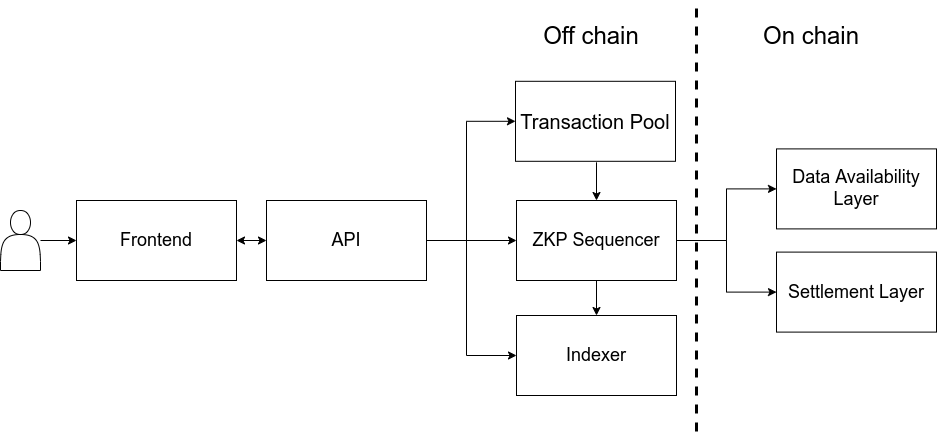
Earlier version of the draw.io export architecture.png (frisitano/mina-swap). Source tidied: cells renumbered, new cells last; positions are measured from the earlier drawing's top-left corner, leaving out a move shared by most shapes. Source of this version:
```xml
<mxGraphModel>
  <root>
    <mxCell id="0" />
    <mxCell id="1" parent="0" />
    <mxCell id="2" style="edgeStyle=orthogonalEdgeStyle;rounded=0;jettySize=auto;html=1;" parent="1" edge="1" target="10">
      <mxGeometry relative="1" as="geometry">
        <mxPoint x="596" y="160.8" as="sourcePoint" />
      </mxGeometry>
    </mxCell>
    <mxCell id="3" style="edgeStyle=orthogonalEdgeStyle;rounded=0;jettySize=auto;html=1;entryX=0;entryY=0.5;entryDx=0;entryDy=0;" parent="1" edge="1" source="6" target="10">
      <mxGeometry relative="1" as="geometry" />
    </mxCell>
    <mxCell id="4" style="edgeStyle=orthogonalEdgeStyle;rounded=0;jettySize=auto;html=1;entryX=0;entryY=0.5;entryDx=0;entryDy=0;" parent="1" edge="1" source="6" target="16">
      <mxGeometry relative="1" as="geometry">
        <Array as="points">
          <mxPoint x="466" y="239" />
          <mxPoint x="466" y="354" />
        </Array>
      </mxGeometry>
    </mxCell>
    <mxCell id="5" style="edgeStyle=orthogonalEdgeStyle;rounded=0;jettySize=auto;html=1;entryX=0;entryY=0.5;entryDx=0;entryDy=0;" parent="1" edge="1" source="6" target="18">
      <mxGeometry relative="1" as="geometry">
        <Array as="points">
          <mxPoint x="466" y="239" />
          <mxPoint x="466" y="120" />
        </Array>
      </mxGeometry>
    </mxCell>
    <mxCell id="6" value="&lt;font style=&quot;font-size: 18px&quot;&gt;API&lt;/font&gt;" style="rounded=0;whiteSpace=wrap;html=1;fillColor=default;" parent="1" vertex="1">
      <mxGeometry x="266" y="199" width="160" height="80" as="geometry" />
    </mxCell>
    <mxCell id="7" style="edgeStyle=orthogonalEdgeStyle;rounded=0;jettySize=auto;html=1;entryX=0;entryY=0.5;entryDx=0;entryDy=0;fontSize=20;exitX=1;exitY=0.5;exitDx=0;exitDy=0;" parent="1" edge="1" source="10" target="14">
      <mxGeometry relative="1" as="geometry" />
    </mxCell>
    <mxCell id="8" style="edgeStyle=orthogonalEdgeStyle;rounded=0;jettySize=auto;html=1;" parent="1" edge="1" source="10" target="16">
      <mxGeometry relative="1" as="geometry" />
    </mxCell>
    <mxCell id="9" style="edgeStyle=orthogonalEdgeStyle;rounded=0;jettySize=auto;html=1;entryX=0;entryY=0.5;entryDx=0;entryDy=0;exitX=1;exitY=0.5;exitDx=0;exitDy=0;" parent="1" edge="1" source="10" target="17">
      <mxGeometry relative="1" as="geometry" />
    </mxCell>
    <mxCell id="10" value="&lt;font style=&quot;font-size: 18px&quot;&gt;ZKP Sequencer&lt;/font&gt;" style="rounded=0;whiteSpace=wrap;html=1;" parent="1" vertex="1">
      <mxGeometry x="516" y="199" width="160" height="80" as="geometry" />
    </mxCell>
    <mxCell id="11" style="edgeStyle=orthogonalEdgeStyle;rounded=0;jettySize=auto;html=1;entryX=0;entryY=0.5;entryDx=0;entryDy=0;fontSize=20;" parent="1" edge="1" source="12" target="13">
      <mxGeometry relative="1" as="geometry" />
    </mxCell>
    <mxCell id="12" style="shape=actor;whiteSpace=wrap;html=1;fontSize=18;" parent="1" vertex="1">
      <mxGeometry y="209" width="40" height="60" as="geometry" />
    </mxCell>
    <mxCell id="13" value="&lt;font style=&quot;font-size: 18px&quot;&gt;Frontend&lt;/font&gt;" style="rounded=0;whiteSpace=wrap;html=1;" parent="1" vertex="1">
      <mxGeometry x="76" y="199" width="160" height="80" as="geometry" />
    </mxCell>
    <mxCell id="14" value="&lt;span style=&quot;font-size: 18px&quot;&gt;Settlement Layer&lt;/span&gt;" style="rounded=0;whiteSpace=wrap;html=1;" parent="1" vertex="1">
      <mxGeometry x="776" y="250.6" width="160" height="80" as="geometry" />
    </mxCell>
    <mxCell id="15" style="endArrow=classic;startArrow=classic;html=1;rounded=0;exitX=1;exitY=0.5;exitDx=0;exitDy=0;entryX=0;entryY=0.5;entryDx=0;entryDy=0;" parent="1" edge="1" source="13" target="6">
      <mxGeometry relative="1" as="geometry" />
    </mxCell>
    <mxCell id="16" value="&lt;span style=&quot;font-size: 18px&quot;&gt;Indexer&lt;/span&gt;" style="rounded=0;whiteSpace=wrap;html=1;" parent="1" vertex="1">
      <mxGeometry x="516" y="314" width="160" height="80" as="geometry" />
    </mxCell>
    <mxCell id="17" value="&lt;span style=&quot;font-size: 18px&quot;&gt;Data Availability Layer&lt;/span&gt;" style="rounded=0;whiteSpace=wrap;html=1;" parent="1" vertex="1">
      <mxGeometry x="776" y="147.4" width="160" height="80" as="geometry" />
    </mxCell>
    <mxCell id="18" value="&lt;span style=&quot;font-size: 20px&quot;&gt;Transaction Pool&lt;/span&gt;" style="rounded=0;whiteSpace=wrap;html=1;" parent="1" vertex="1">
      <mxGeometry x="515" y="79.8" width="160" height="80" as="geometry" />
    </mxCell>
    <mxCell id="19" style="endArrow=none;dashed=1;html=1;rounded=0;strokeWidth=3;" parent="1" edge="1">
      <mxGeometry relative="1" as="geometry">
        <mxPoint x="696" y="430" as="sourcePoint" />
        <mxPoint x="696" as="targetPoint" />
      </mxGeometry>
    </mxCell>
    <mxCell id="20" value="&lt;font style=&quot;font-size: 24px&quot;&gt;Off chain&lt;/font&gt;" style="text;html=1;strokeColor=none;fillColor=none;align=center;verticalAlign=middle;whiteSpace=wrap;rounded=0;" parent="1" vertex="1">
      <mxGeometry x="516" y="20" width="150" height="30" as="geometry" />
    </mxCell>
    <mxCell id="21" value="&lt;font style=&quot;font-size: 24px&quot;&gt;On chain&lt;/font&gt;" style="text;html=1;strokeColor=none;fillColor=none;align=center;verticalAlign=middle;whiteSpace=wrap;rounded=0;" parent="1" vertex="1">
      <mxGeometry x="736" y="20" width="150" height="30" as="geometry" />
    </mxCell>
  </root>
</mxGraphModel>
```
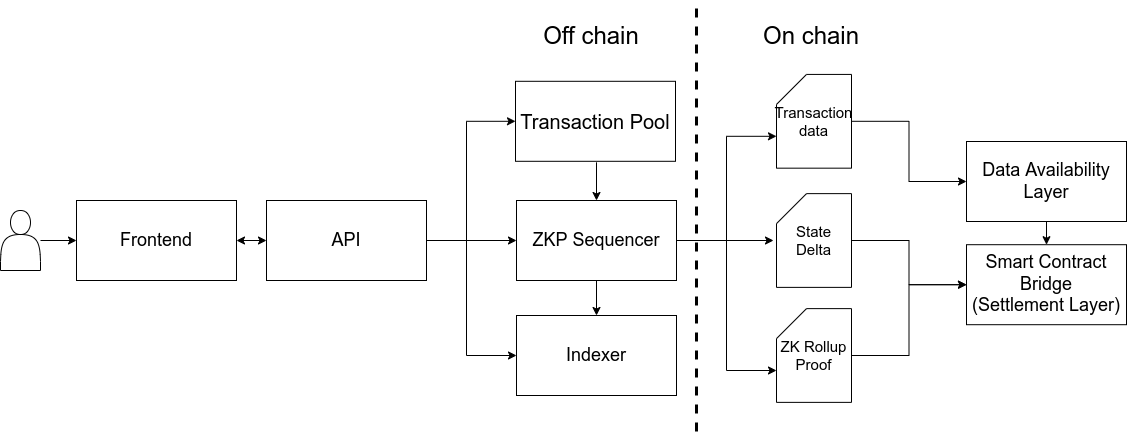
Above is the later version.

What changed in the source:
```diff
@@ -29,15 +29,18 @@
     <mxCell id="6" value="&lt;font style=&quot;font-size: 18px&quot;&gt;API&lt;/font&gt;" style="rounded=0;whiteSpace=wrap;html=1;fillColor=default;" parent="1" vertex="1">
       <mxGeometry x="266" y="199" width="160" height="80" as="geometry" />
     </mxCell>
-    <mxCell id="7" style="edgeStyle=orthogonalEdgeStyle;rounded=0;jettySize=auto;html=1;entryX=0;entryY=0.5;entryDx=0;entryDy=0;fontSize=20;exitX=1;exitY=0.5;exitDx=0;exitDy=0;" parent="1" edge="1" source="10" target="14">
-      <mxGeometry relative="1" as="geometry" />
-    </mxCell>
     <mxCell id="8" style="edgeStyle=orthogonalEdgeStyle;rounded=0;jettySize=auto;html=1;" parent="1" edge="1" source="10" target="16">
       <mxGeometry relative="1" as="geometry" />
     </mxCell>
-    <mxCell id="9" style="edgeStyle=orthogonalEdgeStyle;rounded=0;jettySize=auto;html=1;entryX=0;entryY=0.5;entryDx=0;entryDy=0;exitX=1;exitY=0.5;exitDx=0;exitDy=0;" parent="1" edge="1" source="10" target="17">
-      <mxGeometry relative="1" as="geometry" />
-    </mxCell>
+    <mxCell id="22" style="edgeStyle=orthogonalEdgeStyle;rounded=0;jettySize=auto;html=1;entryX=0;entryY=0;entryDx=0;entryDy=61.875;entryPerimeter=0;fontSize=15;strokeWidth=1;" parent="1" edge="1" source="10" target="31">
+      <mxGeometry relative="1" as="geometry" />
+    </mxCell>
+    <mxCell id="23" style="edgeStyle=orthogonalEdgeStyle;rounded=0;jettySize=auto;html=1;entryX=-0.04;entryY=0.5;entryDx=0;entryDy=0;entryPerimeter=0;fontSize=15;strokeWidth=1;" parent="1" edge="1" source="10" target="29">
+      <mxGeometry relative="1" as="geometry" />
+    </mxCell>
+    <mxCell id="24" style="edgeStyle=orthogonalEdgeStyle;rounded=0;jettySize=auto;html=1;entryX=0;entryY=0;entryDx=0;entryDy=61.875;entryPerimeter=0;fontSize=15;strokeWidth=1;" parent="1" edge="1" source="10" target="27">
+      <mxGeometry relative="1" as="geometry" />
+    </mxCell>
     <mxCell id="10" value="&lt;font style=&quot;font-size: 18px&quot;&gt;ZKP Sequencer&lt;/font&gt;" style="rounded=0;whiteSpace=wrap;html=1;" parent="1" vertex="1">
       <mxGeometry x="516" y="199" width="160" height="80" as="geometry" />
     </mxCell>
@@ -50,8 +53,8 @@
     <mxCell id="13" value="&lt;font style=&quot;font-size: 18px&quot;&gt;Frontend&lt;/font&gt;" style="rounded=0;whiteSpace=wrap;html=1;" parent="1" vertex="1">
       <mxGeometry x="76" y="199" width="160" height="80" as="geometry" />
     </mxCell>
-    <mxCell id="14" value="&lt;span style=&quot;font-size: 18px&quot;&gt;Settlement Layer&lt;/span&gt;" style="rounded=0;whiteSpace=wrap;html=1;" parent="1" vertex="1">
-      <mxGeometry x="776" y="250.6" width="160" height="80" as="geometry" />
+    <mxCell id="14" value="&lt;span style=&quot;font-size: 18px&quot;&gt;Smart Contract Bridge&lt;br&gt;(Settlement Layer)&lt;/span&gt;" style="rounded=0;whiteSpace=wrap;html=1;" parent="1" vertex="1">
+      <mxGeometry x="966" y="243.2" width="160" height="80" as="geometry" />
     </mxCell>
     <mxCell id="15" style="endArrow=classic;startArrow=classic;html=1;rounded=0;exitX=1;exitY=0.5;exitDx=0;exitDy=0;entryX=0;entryY=0.5;entryDx=0;entryDy=0;" parent="1" edge="1" source="13" target="6">
       <mxGeometry relative="1" as="geometry" />
@@ -59,8 +62,11 @@
     <mxCell id="16" value="&lt;span style=&quot;font-size: 18px&quot;&gt;Indexer&lt;/span&gt;" style="rounded=0;whiteSpace=wrap;html=1;" parent="1" vertex="1">
       <mxGeometry x="516" y="314" width="160" height="80" as="geometry" />
     </mxCell>
+    <mxCell id="25" style="edgeStyle=orthogonalEdgeStyle;rounded=0;jettySize=auto;html=1;entryX=0.5;entryY=0;entryDx=0;entryDy=0;fontSize=15;strokeWidth=1;" parent="1" edge="1" source="17" target="14">
+      <mxGeometry relative="1" as="geometry" />
+    </mxCell>
     <mxCell id="17" value="&lt;span style=&quot;font-size: 18px&quot;&gt;Data Availability Layer&lt;/span&gt;" style="rounded=0;whiteSpace=wrap;html=1;" parent="1" vertex="1">
-      <mxGeometry x="776" y="147.4" width="160" height="80" as="geometry" />
+      <mxGeometry x="966" y="140" width="160" height="80" as="geometry" />
     </mxCell>
     <mxCell id="18" value="&lt;span style=&quot;font-size: 20px&quot;&gt;Transaction Pool&lt;/span&gt;" style="rounded=0;whiteSpace=wrap;html=1;" parent="1" vertex="1">
       <mxGeometry x="515" y="79.8" width="160" height="80" as="geometry" />
@@ -77,5 +83,23 @@
     <mxCell id="21" value="&lt;font style=&quot;font-size: 24px&quot;&gt;On chain&lt;/font&gt;" style="text;html=1;strokeColor=none;fillColor=none;align=center;verticalAlign=middle;whiteSpace=wrap;rounded=0;" parent="1" vertex="1">
       <mxGeometry x="736" y="20" width="150" height="30" as="geometry" />
     </mxCell>
+    <mxCell id="26" style="edgeStyle=orthogonalEdgeStyle;rounded=0;jettySize=auto;html=1;entryX=0;entryY=0.5;entryDx=0;entryDy=0;fontSize=15;strokeWidth=1;" parent="1" edge="1" source="27" target="14">
+      <mxGeometry relative="1" as="geometry" />
+    </mxCell>
+    <mxCell id="27" value="ZK Rollup Proof" style="shape=card;whiteSpace=wrap;html=1;fontSize=15;" parent="1" vertex="1">
+      <mxGeometry x="776" y="307.1" width="75" height="93.8" as="geometry" />
+    </mxCell>
+    <mxCell id="28" style="edgeStyle=orthogonalEdgeStyle;rounded=0;jettySize=auto;html=1;entryX=0;entryY=0.5;entryDx=0;entryDy=0;fontSize=15;strokeWidth=1;" parent="1" edge="1" source="29" target="14">
+      <mxGeometry relative="1" as="geometry" />
+    </mxCell>
+    <mxCell id="29" value="State Delta" style="shape=card;whiteSpace=wrap;html=1;fontSize=15;" parent="1" vertex="1">
+      <mxGeometry x="776" y="192.1" width="75" height="93.8" as="geometry" />
+    </mxCell>
+    <mxCell id="30" style="edgeStyle=orthogonalEdgeStyle;rounded=0;jettySize=auto;html=1;entryX=0;entryY=0.5;entryDx=0;entryDy=0;fontSize=15;strokeWidth=1;" parent="1" edge="1" source="31" target="17">
+      <mxGeometry relative="1" as="geometry" />
+    </mxCell>
+    <mxCell id="31" value="Transaction data" style="shape=card;whiteSpace=wrap;html=1;fontSize=15;" parent="1" vertex="1">
+      <mxGeometry x="776" y="72.9" width="75" height="93.8" as="geometry" />
+    </mxCell>
   </root>
 </mxGraphModel>
```
